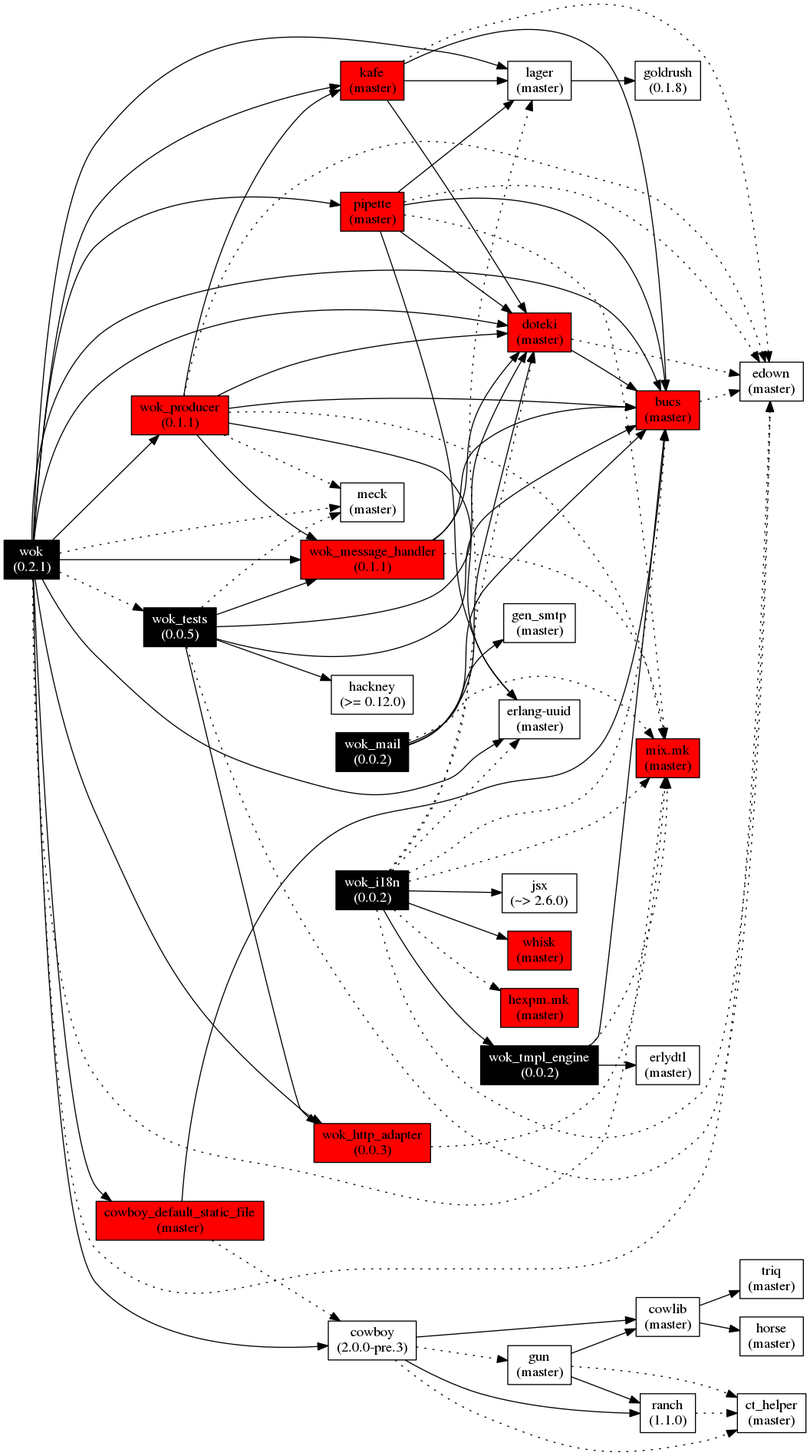
Before: images/wok.deps.png, a diagram exported from Graphviz (botsunit/wok). Its source is kept beside it as images/wok.deps.gv. The source it was exported from:
```dot
digraph wok_deps {
  node[shape=box];
  graph[
    overlap=false,
    splines=spline;
    rankdir=LR;
  ]

  wok[label="wok\n(0.2.1)", fontcolor="white", style="filled", fillcolor="black"];
  lager[label="lager\n(master)"];
  wok_http_adapter[label="wok_http_adapter\n(0.0.3)", style="filled", fillcolor="red"];
  wok_message_handler[label="wok_message_handler\n(0.1.1)", style="filled", fillcolor="red"];
  wok_producer[label="wok_producer\n(0.1.1)", style="filled", fillcolor="red"];
  pipette[label="pipette\n(master)", style="filled", fillcolor="red"];
  kafe[label="kafe\n(master)", style="filled", fillcolor="red"];
  cowboy[label="cowboy\n(2.0.0-pre.3)"];
  cowboy_default_static_file[label="cowboy_default_static_file\n(master)", style="filled", fillcolor="red"];
  bucs[label="bucs\n(master)", style="filled", fillcolor="red"];
  doteki[label="doteki\n(master)", style="filled", fillcolor="red"];
  uuid[label="erlang-uuid\n(master)"];
  mix_mk[label="mix.mk\n(master)", style="filled", fillcolor="red"];
  edown[label="edown\n(master)"];
  meck[label="meck\n(master)"];
  wok_tests[label="wok_tests\n(0.0.5)", fontcolor="white", style="filled", fillcolor="black"];
  goldrush[label="goldrush\n(0.1.8)"];
  cowlib[label="cowlib\n(master)"];
  ranch[label="ranch\n(1.1.0)"];
  gun[label="gun\n(master)"];
  ct_helper[label="ct_helper\n(master)"];
  hackney[label="hackney\n(>= 0.12.0)"];
  horse[label="horse\n(master)"];
  triq[label="triq\n(master)"];
  wok_mail[label="wok_mail\n(0.0.2)", fontcolor="white", style="filled", fillcolor="black"];
  gen_smtp[label="gen_smtp\n(master)"];
  wok_i18n[label="wok_i18n\n(0.0.2)", fontcolor="white", style="filled", fillcolor="black"];
  hexpm_mk[label="hexpm.mk\n(master)", style="filled", fillcolor="red"];
  jsx[label="jsx\n(~> 2.6.0)"];
  whisk[label="whisk\n(master)", style="filled", fillcolor="red"];
  wok_tmpl_engine[label="wok_tmpl_engine\n(0.0.2)", fontcolor="white", style="filled", fillcolor="black"];
  erlydtl[label="erlydtl\n(master)"];

  wok -> lager;
  wok -> wok_http_adapter;
  wok -> wok_message_handler;
  wok -> wok_producer;
  wok -> pipette;
  wok -> kafe;
  wok -> cowboy;
  wok -> cowboy_default_static_file;
  wok -> bucs;
  wok -> doteki;
  wok -> uuid;
  wok-> mix_mk[style=dotted];
  wok-> edown[style=dotted];
  wok-> wok_tests[style=dotted];
  wok-> meck[style=dotted];

  lager -> goldrush;

  wok_http_adapter -> mix_mk[style=dotted];

  wok_message_handler -> bucs;
  wok_message_handler -> doteki;
  wok_message_handler -> mix_mk[style=dotted];

  wok_producer -> wok_message_handler;
  wok_producer -> kafe;
  wok_producer -> bucs;
  wok_producer -> doteki;
  wok_producer -> uuid;
  wok_producer -> edown[style=dotted];
  wok_producer -> meck[style=dotted];
  wok_producer -> mix_mk[style=dotted];

  pipette -> lager;
  pipette -> bucs;
  pipette -> doteki;
  pipette -> uuid;
  pipette -> edown[style=dotted];
  pipette -> mix_mk[style=dotted];

  kafe -> lager;
  kafe -> bucs;
  kafe -> doteki;
  kafe -> edown[style=dotted];

  cowboy -> cowlib;
  cowboy -> ranch;
  cowboy -> ct_helper[style=dotted];
  cowboy -> gun[style=dotted];

  cowboy_default_static_file -> bucs;
  cowboy_default_static_file -> cowboy[style=dotted];

  bucs -> edown[style=dotted];

  doteki -> bucs;
  doteki -> edown[style=dotted];

  wok_tests -> bucs;
  wok_tests -> wok_http_adapter;
  wok_tests -> wok_message_handler;
  wok_tests -> doteki;
  wok_tests -> hackney;
  wok_tests -> edown[style=dotted];
  wok_tests -> meck[style=dotted];

  cowlib -> horse;
  cowlib -> triq;

  ranch -> ct_helper[style=dotted];

  gun -> cowlib;
  gun -> ranch;
  gun -> ct_helper[style=dotted];

  wok_mail -> bucs;
  wok_mail -> doteki;
  wok_mail -> gen_smtp;
  wok_mail -> mix_mk[style=dotted];

  wok_i18n -> whisk;
  wok_i18n -> wok_tmpl_engine;
  wok_i18n -> jsx;
  wok_i18n -> mix_mk[style=dotted];
  wok_i18n -> hexpm_mk[style=dotted];
  wok_i18n -> lager[style=dotted];
  wok_i18n -> doteki[style=dotted];
  wok_i18n -> bucs[style=dotted];
  wok_i18n -> uuid[style=dotted];
  wok_i18n -> edown[style=dotted];

  wok_tmpl_engine -> erlydtl;
  wok_tmpl_engine -> bucs;
  wok_tmpl_engine -> mix_mk[style=dotted];
}
```
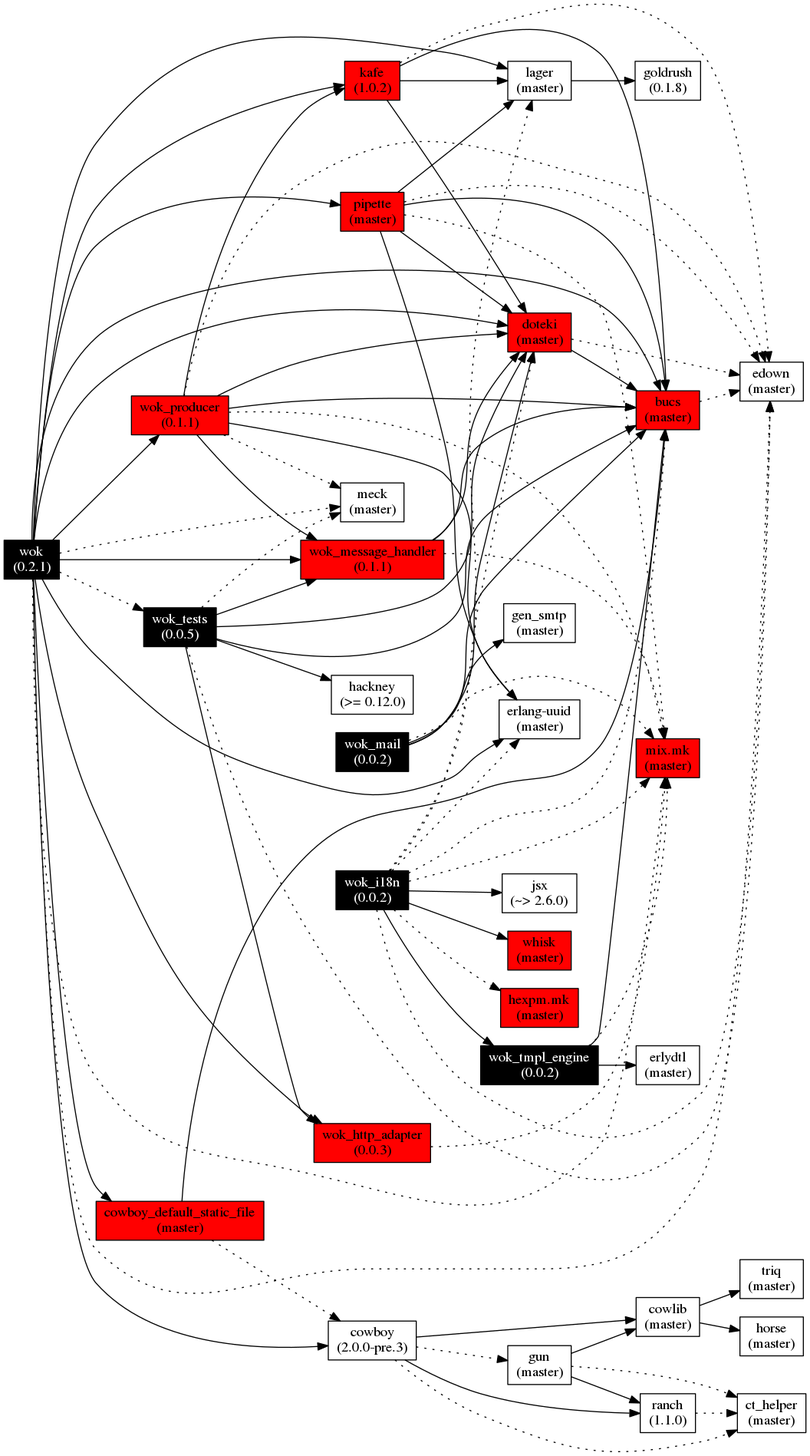
The same diagram one commit later.

Change to the diagram source:
```diff
@@ -12,7 +12,7 @@
   wok_message_handler[label="wok_message_handler\n(0.1.1)", style="filled", fillcolor="red"];
   wok_producer[label="wok_producer\n(0.1.1)", style="filled", fillcolor="red"];
   pipette[label="pipette\n(master)", style="filled", fillcolor="red"];
-  kafe[label="kafe\n(master)", style="filled", fillcolor="red"];
+  kafe[label="kafe\n(1.0.2)", style="filled", fillcolor="red"];
   cowboy[label="cowboy\n(2.0.0-pre.3)"];
   cowboy_default_static_file[label="cowboy_default_static_file\n(master)", style="filled", fillcolor="red"];
   bucs[label="bucs\n(master)", style="filled", fillcolor="red"];
```
